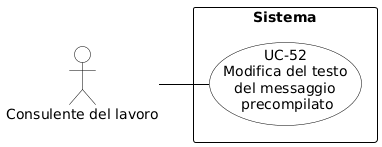
aLittleByte-19/Documentazione keeps this PlantUML diagram as RTB/Analisi dei Requisiti/diagrammi_use_case/UC-52.png. Above is the earlier version.
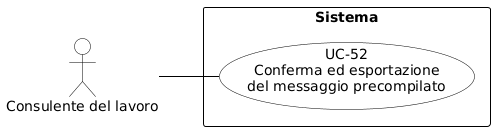
Above is the later version.

What changed in the source:
```diff
@@ -2,8 +2,6 @@
 skinparam shadowing false
 skinparam defaultFontName Arial
 left to right direction
-skinparam nodesep 15
-skinparam ranksep 50
 
 skinparam usecase {
     BackgroundColor white
@@ -19,11 +17,11 @@
     FontStyle bold
 }
 
-actor "Consulente del lavoro" as CL
+actor "Consulente del lavoro" as cdl
 
 rectangle "Sistema" {
-    usecase "UC-52\nModifica del testo\ndel messaggio\n precompilato" as UC52
+    usecase "UC-52\nConferma ed esportazione\ndel messaggio precompilato" as UC52
 }
 
-CL -- UC52
-@endl
+cdl -- UC52
+@enduml
```
